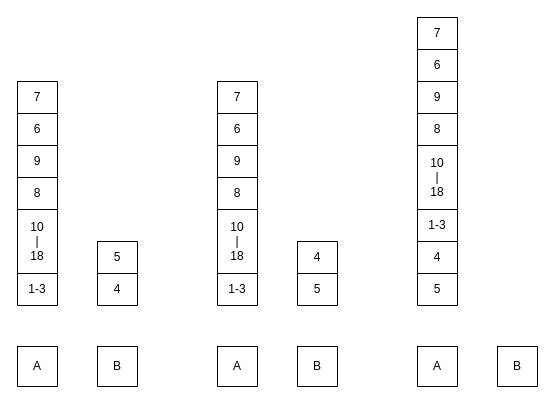
Before: page "45確定" (4 of 9) of images/qsort/qsort.dio in welove-t/42Tokyo-push_swap, a draw.io diagram. Source tidied: cells renumbered, new cells numbered last; positions are measured from the earlier drawing's top-left corner, leaving out a move shared by most shapes. Both pictures are drawn from the tidied source at 100%, with x=0, y=0 at pixel (17, 17).
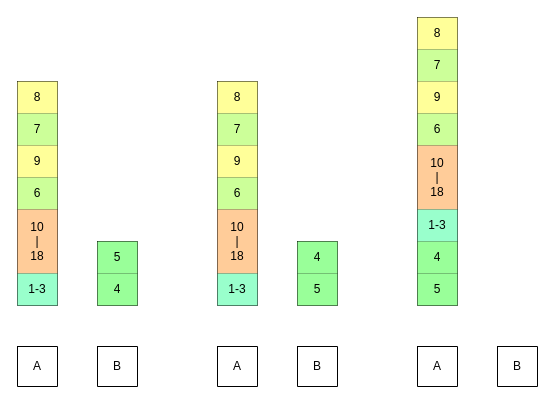
Above is the later version.

Unchanged cells that the change refers to:
```xml
<mxCell id="15" style="shape=tableRow;horizontal=0;startSize=0;swimlaneHead=0;swimlaneBody=0;top=0;left=0;bottom=0;right=0;fillColor=none;" parent="14" vertex="1">
  <mxGeometry width="40" height="32" as="geometry" />
</mxCell>
<mxCell id="17" style="shape=tableRow;horizontal=0;startSize=0;swimlaneHead=0;swimlaneBody=0;top=0;left=0;bottom=0;right=0;fillColor=none;" parent="14" vertex="1">
  <mxGeometry y="32" width="40" height="32" as="geometry" />
</mxCell>
<mxCell id="19" style="shape=tableRow;horizontal=0;startSize=0;swimlaneHead=0;swimlaneBody=0;top=0;left=0;bottom=0;right=0;fillColor=none;" parent="14" vertex="1">
  <mxGeometry y="64" width="40" height="32" as="geometry" />
</mxCell>
<mxCell id="21" style="shape=tableRow;horizontal=0;startSize=0;swimlaneHead=0;swimlaneBody=0;top=0;left=0;bottom=0;right=0;fillColor=none;" parent="14" vertex="1">
  <mxGeometry y="96" width="40" height="32" as="geometry" />
</mxCell>
<mxCell id="23" style="shape=tableRow;horizontal=0;startSize=0;swimlaneHead=0;swimlaneBody=0;top=0;left=0;bottom=0;right=0;fillColor=none;" parent="14" vertex="1">
  <mxGeometry y="128" width="40" height="64" as="geometry" />
</mxCell>
<mxCell id="25" style="shape=tableRow;horizontal=0;startSize=0;swimlaneHead=0;swimlaneBody=0;top=0;left=0;bottom=0;right=0;fillColor=none;" parent="14" vertex="1">
  <mxGeometry y="192" width="40" height="32" as="geometry" />
</mxCell>
<mxCell id="28" style="shape=tableRow;horizontal=0;startSize=0;swimlaneHead=0;swimlaneBody=0;top=0;left=0;bottom=0;right=0;fillColor=none;" parent="27" vertex="1">
  <mxGeometry width="40" height="32" as="geometry" />
</mxCell>
<mxCell id="30" style="shape=tableRow;horizontal=0;startSize=0;swimlaneHead=0;swimlaneBody=0;top=0;left=0;bottom=0;right=0;fillColor=none;" parent="27" vertex="1">
  <mxGeometry y="32" width="40" height="32" as="geometry" />
</mxCell>
<mxCell id="33" style="shape=tableRow;horizontal=0;startSize=0;swimlaneHead=0;swimlaneBody=0;top=0;left=0;bottom=0;right=0;fillColor=none;" parent="32" vertex="1">
  <mxGeometry width="40" height="32" as="geometry" />
</mxCell>
<mxCell id="35" style="shape=tableRow;horizontal=0;startSize=0;swimlaneHead=0;swimlaneBody=0;top=0;left=0;bottom=0;right=0;fillColor=none;" parent="32" vertex="1">
  <mxGeometry y="32" width="40" height="32" as="geometry" />
</mxCell>
<mxCell id="37" style="shape=tableRow;horizontal=0;startSize=0;swimlaneHead=0;swimlaneBody=0;top=0;left=0;bottom=0;right=0;fillColor=none;" parent="32" vertex="1">
  <mxGeometry y="64" width="40" height="32" as="geometry" />
</mxCell>
<mxCell id="39" style="shape=tableRow;horizontal=0;startSize=0;swimlaneHead=0;swimlaneBody=0;top=0;left=0;bottom=0;right=0;fillColor=none;" parent="32" vertex="1">
  <mxGeometry y="96" width="40" height="32" as="geometry" />
</mxCell>
<mxCell id="41" style="shape=tableRow;horizontal=0;startSize=0;swimlaneHead=0;swimlaneBody=0;top=0;left=0;bottom=0;right=0;fillColor=none;" parent="32" vertex="1">
  <mxGeometry y="128" width="40" height="64" as="geometry" />
</mxCell>
<mxCell id="43" style="shape=tableRow;horizontal=0;startSize=0;swimlaneHead=0;swimlaneBody=0;top=0;left=0;bottom=0;right=0;fillColor=none;" parent="32" vertex="1">
  <mxGeometry y="192" width="40" height="32" as="geometry" />
</mxCell>
<mxCell id="45" style="shape=tableRow;horizontal=0;startSize=0;swimlaneHead=0;swimlaneBody=0;top=0;left=0;bottom=0;right=0;fillColor=none;" parent="32" vertex="1">
  <mxGeometry y="224" width="40" height="32" as="geometry" />
</mxCell>
<mxCell id="47" style="shape=tableRow;horizontal=0;startSize=0;swimlaneHead=0;swimlaneBody=0;top=0;left=0;bottom=0;right=0;fillColor=none;" parent="32" vertex="1">
  <mxGeometry y="256" width="40" height="32" as="geometry" />
</mxCell>
<mxCell id="56" style="shape=tableRow;horizontal=0;startSize=0;swimlaneHead=0;swimlaneBody=0;top=0;left=0;bottom=0;right=0;fillColor=none;" parent="55" vertex="1">
  <mxGeometry width="40" height="32" as="geometry" />
</mxCell>
<mxCell id="58" style="shape=tableRow;horizontal=0;startSize=0;swimlaneHead=0;swimlaneBody=0;top=0;left=0;bottom=0;right=0;fillColor=none;" parent="55" vertex="1">
  <mxGeometry y="32" width="40" height="32" as="geometry" />
</mxCell>
<mxCell id="60" style="shape=tableRow;horizontal=0;startSize=0;swimlaneHead=0;swimlaneBody=0;top=0;left=0;bottom=0;right=0;fillColor=none;" parent="55" vertex="1">
  <mxGeometry y="64" width="40" height="32" as="geometry" />
</mxCell>
<mxCell id="62" style="shape=tableRow;horizontal=0;startSize=0;swimlaneHead=0;swimlaneBody=0;top=0;left=0;bottom=0;right=0;fillColor=none;" parent="55" vertex="1">
  <mxGeometry y="96" width="40" height="32" as="geometry" />
</mxCell>
<mxCell id="64" style="shape=tableRow;horizontal=0;startSize=0;swimlaneHead=0;swimlaneBody=0;top=0;left=0;bottom=0;right=0;fillColor=none;" parent="55" vertex="1">
  <mxGeometry y="128" width="40" height="64" as="geometry" />
</mxCell>
<mxCell id="66" style="shape=tableRow;horizontal=0;startSize=0;swimlaneHead=0;swimlaneBody=0;top=0;left=0;bottom=0;right=0;fillColor=none;" parent="55" vertex="1">
  <mxGeometry y="192" width="40" height="32" as="geometry" />
</mxCell>
<mxCell id="69" style="shape=tableRow;horizontal=0;startSize=0;swimlaneHead=0;swimlaneBody=0;top=0;left=0;bottom=0;right=0;fillColor=none;" parent="68" vertex="1">
  <mxGeometry width="40" height="32" as="geometry" />
</mxCell>
<mxCell id="71" style="shape=tableRow;horizontal=0;startSize=0;swimlaneHead=0;swimlaneBody=0;top=0;left=0;bottom=0;right=0;fillColor=none;" parent="68" vertex="1">
  <mxGeometry y="32" width="40" height="32" as="geometry" />
</mxCell>
```

The edit, as a diff of the source:
```diff
@@
-    <mxCell id="16" value="7" style="shape=partialRectangle;html=1;whiteSpace=wrap;overflow=hidden;fillColor=none;top=0;left=0;bottom=0;right=0;" parent="15" vertex="1">
+    <mxCell id="16" value="8" style="shape=partialRectangle;html=1;whiteSpace=wrap;overflow=hidden;fillColor=#FFFF99;top=0;left=0;bottom=0;right=0;" parent="15" vertex="1">
       <mxGeometry width="40" height="32" as="geometry" />
     </mxCell>
@@
-    <mxCell id="18" value="6" style="shape=partialRectangle;html=1;whiteSpace=wrap;overflow=hidden;fillColor=none;top=0;left=0;bottom=0;right=0;" parent="17" vertex="1">
+    <mxCell id="18" value="7" style="shape=partialRectangle;html=1;whiteSpace=wrap;overflow=hidden;fillColor=#CCFF99;top=0;left=0;bottom=0;right=0;" parent="17" vertex="1">
       <mxGeometry width="40" height="32" as="geometry" />
     </mxCell>
@@
-    <mxCell id="20" value="9" style="shape=partialRectangle;html=1;whiteSpace=wrap;overflow=hidden;fillColor=none;top=0;left=0;bottom=0;right=0;" parent="19" vertex="1">
+    <mxCell id="20" value="9" style="shape=partialRectangle;html=1;whiteSpace=wrap;overflow=hidden;fillColor=#FFFF99;top=0;left=0;bottom=0;right=0;" parent="19" vertex="1">
       <mxGeometry width="40" height="32" as="geometry" />
     </mxCell>
@@
-    <mxCell id="22" value="8" style="shape=partialRectangle;html=1;whiteSpace=wrap;overflow=hidden;fillColor=none;top=0;left=0;bottom=0;right=0;" parent="21" vertex="1">
+    <mxCell id="22" value="6" style="shape=partialRectangle;html=1;whiteSpace=wrap;overflow=hidden;fillColor=#CCFF99;top=0;left=0;bottom=0;right=0;" parent="21" vertex="1">
       <mxGeometry width="40" height="32" as="geometry" />
     </mxCell>
@@
-    <mxCell id="24" value="10&lt;br&gt;|&lt;br&gt;18" style="shape=partialRectangle;html=1;whiteSpace=wrap;overflow=hidden;fillColor=none;top=0;left=0;bottom=0;right=0;" parent="23" vertex="1">
+    <mxCell id="24" value="10&lt;br&gt;|&lt;br&gt;18" style="shape=partialRectangle;html=1;whiteSpace=wrap;overflow=hidden;fillColor=#FFCC99;top=0;left=0;bottom=0;right=0;" parent="23" vertex="1">
       <mxGeometry width="40" height="64" as="geometry" />
     </mxCell>
@@
-    <mxCell id="26" value="1-3" style="shape=partialRectangle;html=1;whiteSpace=wrap;overflow=hidden;fillColor=none;top=0;left=0;bottom=0;right=0;" parent="25" vertex="1">
+    <mxCell id="26" value="1-3" style="shape=partialRectangle;html=1;whiteSpace=wrap;overflow=hidden;fillColor=#99FFCC;top=0;left=0;bottom=0;right=0;" parent="25" vertex="1">
       <mxGeometry width="40" height="32" as="geometry" />
     </mxCell>
@@
-    <mxCell id="29" value="5" style="shape=partialRectangle;html=1;whiteSpace=wrap;overflow=hidden;fillColor=none;top=0;left=0;bottom=0;right=0;" parent="28" vertex="1">
+    <mxCell id="29" value="5" style="shape=partialRectangle;html=1;whiteSpace=wrap;overflow=hidden;fillColor=#99FF99;top=0;left=0;bottom=0;right=0;" parent="28" vertex="1">
       <mxGeometry width="40" height="32" as="geometry" />
     </mxCell>
@@
-    <mxCell id="31" value="4" style="shape=partialRectangle;html=1;whiteSpace=wrap;overflow=hidden;fillColor=none;top=0;left=0;bottom=0;right=0;" parent="30" vertex="1">
+    <mxCell id="31" value="4" style="shape=partialRectangle;html=1;whiteSpace=wrap;overflow=hidden;fillColor=#99FF99;top=0;left=0;bottom=0;right=0;" parent="30" vertex="1">
       <mxGeometry width="40" height="32" as="geometry" />
     </mxCell>
@@
-    <mxCell id="34" value="7" style="shape=partialRectangle;html=1;whiteSpace=wrap;overflow=hidden;fillColor=none;top=0;left=0;bottom=0;right=0;" parent="33" vertex="1">
+    <mxCell id="34" value="8" style="shape=partialRectangle;html=1;whiteSpace=wrap;overflow=hidden;fillColor=#FFFF99;top=0;left=0;bottom=0;right=0;" parent="33" vertex="1">
       <mxGeometry width="40" height="32" as="geometry" />
     </mxCell>
@@
-    <mxCell id="36" value="6" style="shape=partialRectangle;html=1;whiteSpace=wrap;overflow=hidden;fillColor=none;top=0;left=0;bottom=0;right=0;" parent="35" vertex="1">
+    <mxCell id="36" value="7" style="shape=partialRectangle;html=1;whiteSpace=wrap;overflow=hidden;fillColor=#CCFF99;top=0;left=0;bottom=0;right=0;" parent="35" vertex="1">
       <mxGeometry width="40" height="32" as="geometry" />
     </mxCell>
@@
-    <mxCell id="38" value="9" style="shape=partialRectangle;html=1;whiteSpace=wrap;overflow=hidden;fillColor=none;top=0;left=0;bottom=0;right=0;" parent="37" vertex="1">
+    <mxCell id="38" value="9" style="shape=partialRectangle;html=1;whiteSpace=wrap;overflow=hidden;fillColor=#FFFF99;top=0;left=0;bottom=0;right=0;" parent="37" vertex="1">
       <mxGeometry width="40" height="32" as="geometry" />
     </mxCell>
@@
-    <mxCell id="40" value="8" style="shape=partialRectangle;html=1;whiteSpace=wrap;overflow=hidden;fillColor=none;top=0;left=0;bottom=0;right=0;" parent="39" vertex="1">
+    <mxCell id="40" value="6" style="shape=partialRectangle;html=1;whiteSpace=wrap;overflow=hidden;fillColor=#CCFF99;top=0;left=0;bottom=0;right=0;" parent="39" vertex="1">
       <mxGeometry width="40" height="32" as="geometry" />
     </mxCell>
@@
-    <mxCell id="42" value="10&lt;br&gt;|&lt;br&gt;18" style="shape=partialRectangle;html=1;whiteSpace=wrap;overflow=hidden;fillColor=none;top=0;left=0;bottom=0;right=0;" parent="41" vertex="1">
+    <mxCell id="42" value="10&lt;br&gt;|&lt;br&gt;18" style="shape=partialRectangle;html=1;whiteSpace=wrap;overflow=hidden;fillColor=#FFCC99;top=0;left=0;bottom=0;right=0;" parent="41" vertex="1">
       <mxGeometry width="40" height="64" as="geometry" />
     </mxCell>
@@
-    <mxCell id="44" value="1-3" style="shape=partialRectangle;html=1;whiteSpace=wrap;overflow=hidden;fillColor=none;top=0;left=0;bottom=0;right=0;" parent="43" vertex="1">
+    <mxCell id="44" value="1-3" style="shape=partialRectangle;html=1;whiteSpace=wrap;overflow=hidden;fillColor=#99FFCC;top=0;left=0;bottom=0;right=0;" parent="43" vertex="1">
       <mxGeometry width="40" height="32" as="geometry" />
     </mxCell>
@@
-    <mxCell id="46" value="4" style="shape=partialRectangle;html=1;whiteSpace=wrap;overflow=hidden;fillColor=none;top=0;left=0;bottom=0;right=0;" parent="45" vertex="1">
+    <mxCell id="46" value="4" style="shape=partialRectangle;html=1;whiteSpace=wrap;overflow=hidden;fillColor=#99FF99;top=0;left=0;bottom=0;right=0;" parent="45" vertex="1">
       <mxGeometry width="40" height="32" as="geometry" />
     </mxCell>
@@
-    <mxCell id="48" value="5" style="shape=partialRectangle;html=1;whiteSpace=wrap;overflow=hidden;fillColor=none;top=0;left=0;bottom=0;right=0;" parent="47" vertex="1">
+    <mxCell id="48" value="5" style="shape=partialRectangle;html=1;whiteSpace=wrap;overflow=hidden;fillColor=#99FF99;top=0;left=0;bottom=0;right=0;" parent="47" vertex="1">
       <mxGeometry width="40" height="32" as="geometry" />
     </mxCell>
@@
-    <mxCell id="57" value="7" style="shape=partialRectangle;html=1;whiteSpace=wrap;overflow=hidden;fillColor=none;top=0;left=0;bottom=0;right=0;" parent="56" vertex="1">
+    <mxCell id="57" value="8" style="shape=partialRectangle;html=1;whiteSpace=wrap;overflow=hidden;fillColor=#FFFF99;top=0;left=0;bottom=0;right=0;" parent="56" vertex="1">
       <mxGeometry width="40" height="32" as="geometry" />
     </mxCell>
@@
-    <mxCell id="59" value="6" style="shape=partialRectangle;html=1;whiteSpace=wrap;overflow=hidden;fillColor=none;top=0;left=0;bottom=0;right=0;" parent="58" vertex="1">
+    <mxCell id="59" value="7" style="shape=partialRectangle;html=1;whiteSpace=wrap;overflow=hidden;fillColor=#CCFF99;top=0;left=0;bottom=0;right=0;" parent="58" vertex="1">
       <mxGeometry width="40" height="32" as="geometry" />
     </mxCell>
@@
-    <mxCell id="61" value="9" style="shape=partialRectangle;html=1;whiteSpace=wrap;overflow=hidden;fillColor=none;top=0;left=0;bottom=0;right=0;" parent="60" vertex="1">
+    <mxCell id="61" value="9" style="shape=partialRectangle;html=1;whiteSpace=wrap;overflow=hidden;fillColor=#FFFF99;top=0;left=0;bottom=0;right=0;" parent="60" vertex="1">
       <mxGeometry width="40" height="32" as="geometry" />
     </mxCell>
@@
-    <mxCell id="63" value="8" style="shape=partialRectangle;html=1;whiteSpace=wrap;overflow=hidden;fillColor=none;top=0;left=0;bottom=0;right=0;" parent="62" vertex="1">
+    <mxCell id="63" value="6" style="shape=partialRectangle;html=1;whiteSpace=wrap;overflow=hidden;fillColor=#CCFF99;top=0;left=0;bottom=0;right=0;" parent="62" vertex="1">
       <mxGeometry width="40" height="32" as="geometry" />
     </mxCell>
@@
-    <mxCell id="65" value="10&lt;br&gt;|&lt;br&gt;18" style="shape=partialRectangle;html=1;whiteSpace=wrap;overflow=hidden;fillColor=none;top=0;left=0;bottom=0;right=0;" parent="64" vertex="1">
+    <mxCell id="65" value="10&lt;br&gt;|&lt;br&gt;18" style="shape=partialRectangle;html=1;whiteSpace=wrap;overflow=hidden;fillColor=#FFCC99;top=0;left=0;bottom=0;right=0;" parent="64" vertex="1">
       <mxGeometry width="40" height="64" as="geometry" />
     </mxCell>
@@
-    <mxCell id="67" value="1-3" style="shape=partialRectangle;html=1;whiteSpace=wrap;overflow=hidden;fillColor=none;top=0;left=0;bottom=0;right=0;" parent="66" vertex="1">
+    <mxCell id="67" value="1-3" style="shape=partialRectangle;html=1;whiteSpace=wrap;overflow=hidden;fillColor=#99FFCC;top=0;left=0;bottom=0;right=0;" parent="66" vertex="1">
       <mxGeometry width="40" height="32" as="geometry" />
     </mxCell>
@@
-    <mxCell id="70" value="4" style="shape=partialRectangle;html=1;whiteSpace=wrap;overflow=hidden;fillColor=none;top=0;left=0;bottom=0;right=0;" parent="69" vertex="1">
+    <mxCell id="70" value="4" style="shape=partialRectangle;html=1;whiteSpace=wrap;overflow=hidden;fillColor=#99FF99;top=0;left=0;bottom=0;right=0;" parent="69" vertex="1">
       <mxGeometry width="40" height="32" as="geometry" />
     </mxCell>
@@
-    <mxCell id="72" value="5" style="shape=partialRectangle;html=1;whiteSpace=wrap;overflow=hidden;fillColor=none;top=0;left=0;bottom=0;right=0;" parent="71" vertex="1">
+    <mxCell id="72" value="5" style="shape=partialRectangle;html=1;whiteSpace=wrap;overflow=hidden;fillColor=#99FF99;top=0;left=0;bottom=0;right=0;" parent="71" vertex="1">
       <mxGeometry width="40" height="32" as="geometry" />
     </mxCell>
```
